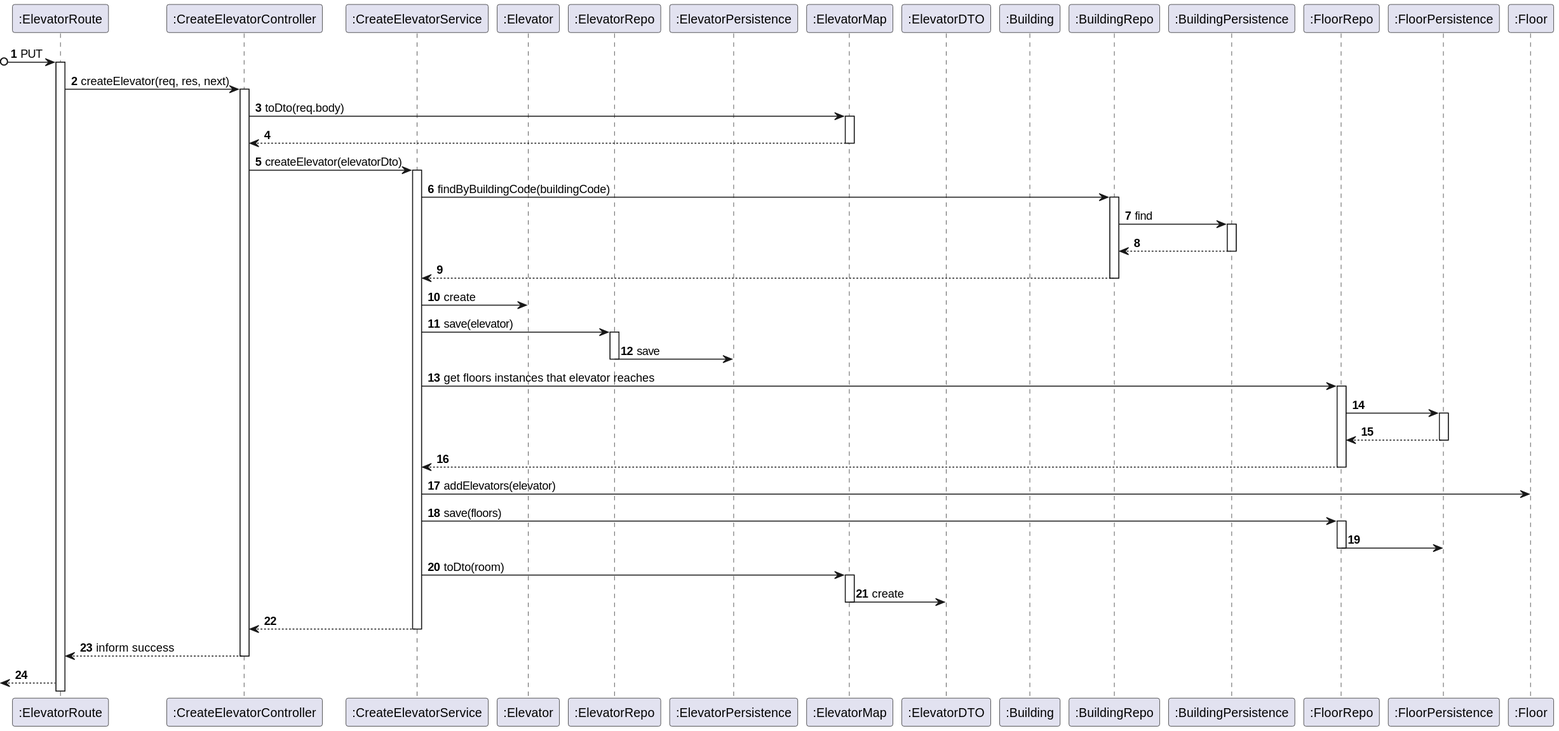
The PlantUML diagram docs/US_270/Diagrams/Level3/ProcessView.svg in Pedro-Pereira1/sem5pi_23_24_g056, before a commit. Its diagram source:
```plantuml
@startuml

autonumber

participant ":ElevatorRoute" as Route
participant ":CreateElevatorController" as Controller
participant ":CreateElevatorService" as Service
participant ":Elevator" as Elevator
participant ":ElevatorRepo" as Repo
participant ":ElevatorPersistence" as Schema
participant ":ElevatorMap" as Map
participant ":ElevatorDTO" as DTO
participant ":Building" as Building
participant ":BuildingRepo" as BuildingRepo
participant ":BuildingPersistence" as BuildingPersistence
participant ":FloorRepo" as FloorRepo
participant ":FloorPersistence" as FloorPersistence
participant ":Floor" as Floor


?o->Route: PUT
activate Route

Route -> Controller: createElevator(req, res, next)
activate Controller

Controller -> Map: toDto(req.body)
activate Map

Controller <-- Map
deactivate Map


Controller -> Service: createElevator(elevatorDto)
activate Service

Service -> BuildingRepo: findByBuildingCode(buildingCode)
activate BuildingRepo
BuildingRepo -> BuildingPersistence: find
activate BuildingPersistence
BuildingRepo <-- BuildingPersistence
deactivate BuildingPersistence
Service <-- BuildingRepo
deactivate BuildingRepo


Service -> Elevator: create

Service -> Repo: save(elevator)
activate Repo

Repo -> Schema: save
deactivate Repo

Service -> FloorRepo: get floors instances that elevator reaches
activate FloorRepo
FloorRepo -> FloorPersistence
activate FloorPersistence
FloorRepo <-- FloorPersistence
deactivate FloorPersistence
Service <-- FloorRepo
deactivate FloorRepo

Service -> Floor: addElevators(elevator)
Service -> FloorRepo: save(floors)
activate FloorRepo
FloorRepo -> FloorPersistence
deactivate FloorRepo

Service -> Map:toDto(room)
activate Map
Map -> DTO: create
deactivate Map

Service --> Controller:
deactivate Service


Controller --> Route: inform success
deactivate Controller

<--Route:



@enduml
```
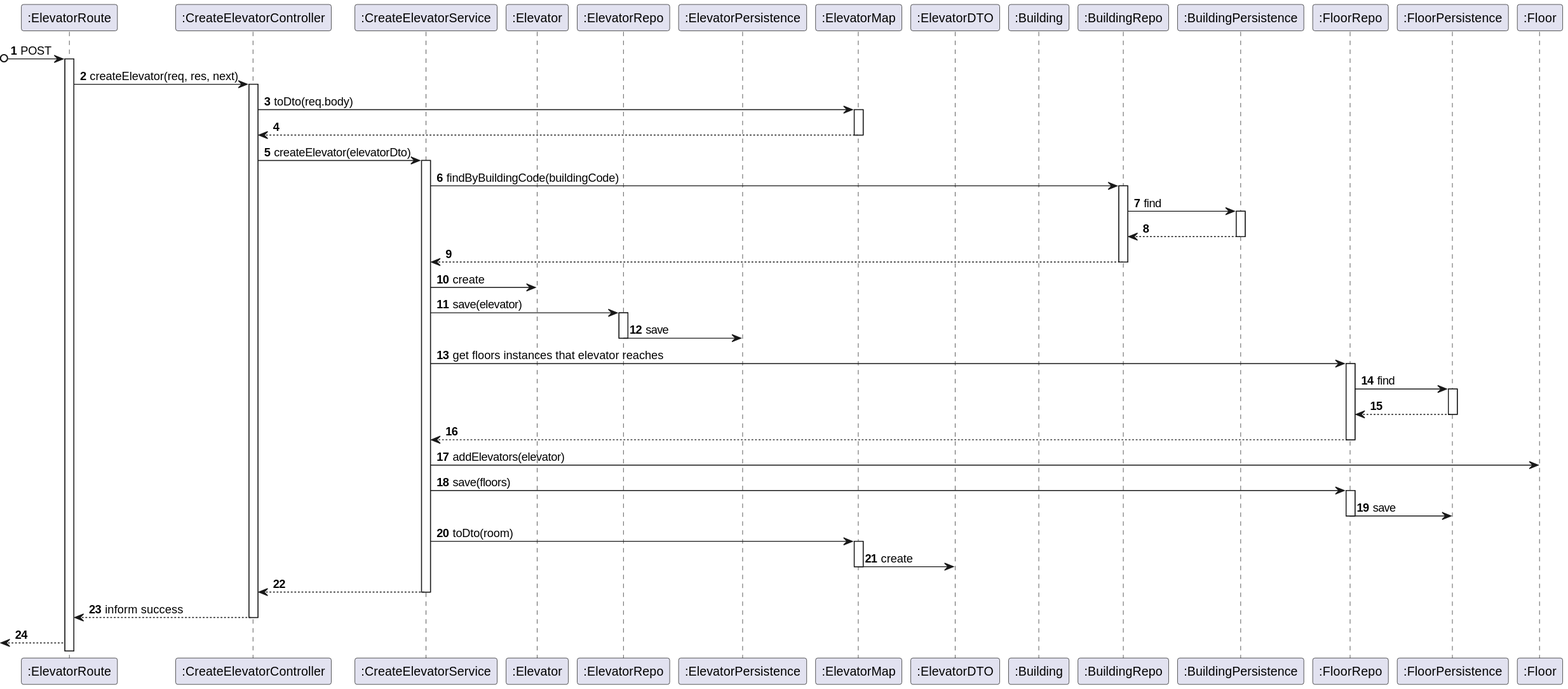
After the change.

Commit message:
Updated US270 documentation ProcessView Layer 3 diagram

Diff of the diagram source:
```diff
@@ -1,5 +1,4 @@
 @startuml
-
 autonumber
 
 participant ":ElevatorRoute" as Route
@@ -18,7 +17,7 @@
 participant ":Floor" as Floor
 
 
-?o->Route: PUT
+?o->Route: POST
 activate Route
 
 Route -> Controller: createElevator(req, res, next)
@@ -54,9 +53,9 @@
 
 Service -> FloorRepo: get floors instances that elevator reaches
 activate FloorRepo
-FloorRepo -> FloorPersistence
+FloorRepo -> FloorPersistence: find
 activate FloorPersistence
-FloorRepo <-- FloorPersistence
+FloorRepo <-- FloorPersistence:
 deactivate FloorPersistence
 Service <-- FloorRepo
 deactivate FloorRepo
@@ -64,7 +63,7 @@
 Service -> Floor: addElevators(elevator)
 Service -> FloorRepo: save(floors)
 activate FloorRepo
-FloorRepo -> FloorPersistence
+FloorRepo -> FloorPersistence: save
 deactivate FloorRepo
 
 Service -> Map:toDto(room)
@@ -80,7 +79,4 @@
 deactivate Controller
 
 <--Route:
-
-
-
 @enduml
```
